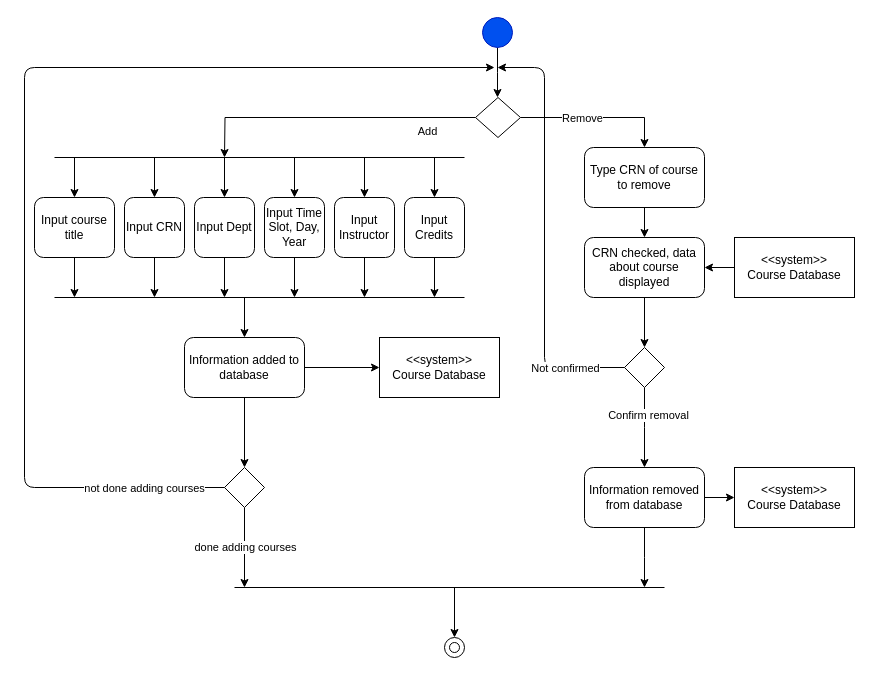
Before: models/activity_admin_add_remove.drawio in chandlerberry/CURSE, a draw.io diagram. Source tidied: cells renumbered, new cells numbered last; positions are measured from the earlier drawing's top-left corner, leaving out a move shared by most shapes. Both pictures are drawn from the tidied source at 100%, with x=0, y=0 at pixel (24, 17).
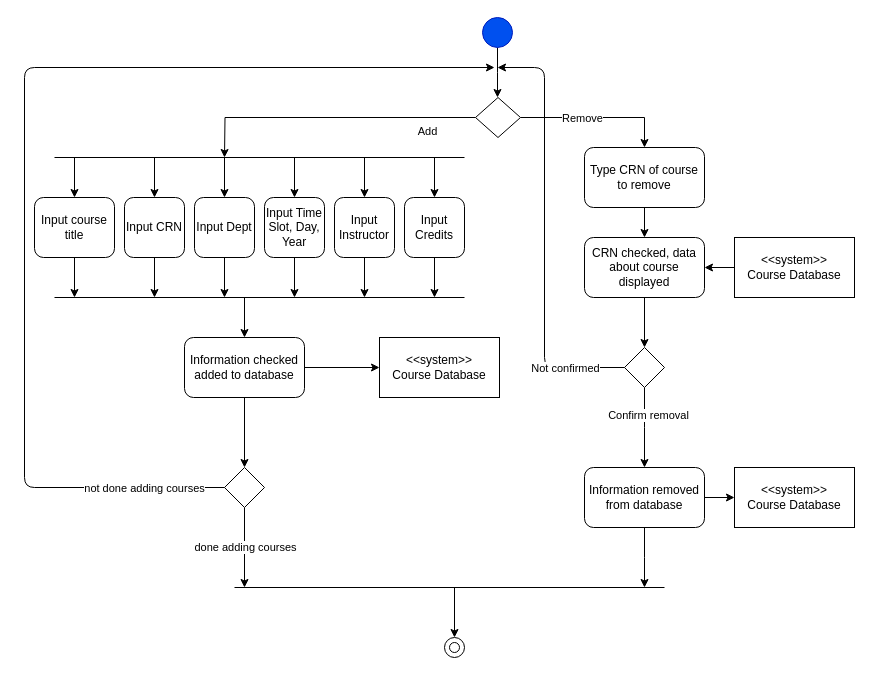
The same page after the edit.

Change to the diagram source:
```diff
@@
-    <mxCell id="24" value="Information added to database" style="rounded=1;whiteSpace=wrap;html=1;" parent="1" vertex="1">
+    <mxCell id="24" value="Information checked added to database" style="rounded=1;whiteSpace=wrap;html=1;" parent="1" vertex="1">
       <mxGeometry x="160" y="320" width="120" height="60" as="geometry" />
     </mxCell>
```
